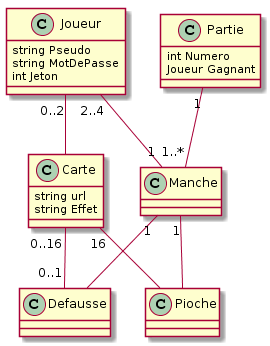
Above: diag-classes.png in Raitoning/ul-loveletter (PlantUML), before the change.
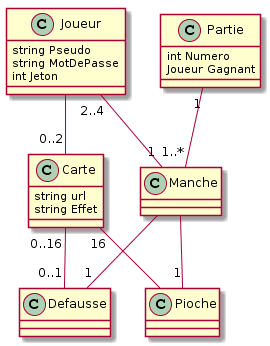
After the commit.

Commit message:
Correction du diagramme UML

The edit, as a diff of the source:
```diff
@@ -28,9 +28,9 @@
 
 	Partie "1"--"1..*" Manche
 	Joueur "2..4"--"1" Manche
-	Joueur "0..2"-- Carte
-	Manche "1"-- Defausse
-	Manche "1"-- Pioche
+	Joueur --"0..2" Carte
+	Manche --"1" Defausse
+	Manche --"1" Pioche
 	Carte "16"-- Pioche
 	Carte "0..16"--"0..1" Defausse
 @enduml
```
